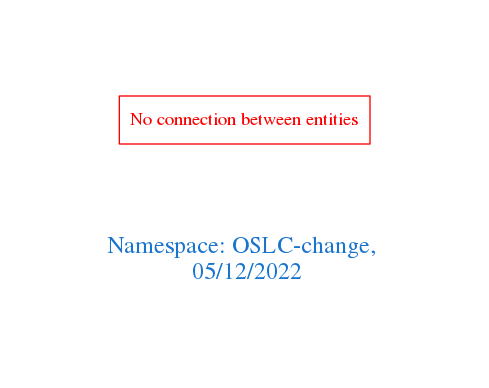
Earlier version of the Graphviz export downloads/OSLC-change.png (arago/OGIT). Its source is kept beside it as downloads/OSLC-change.dot.
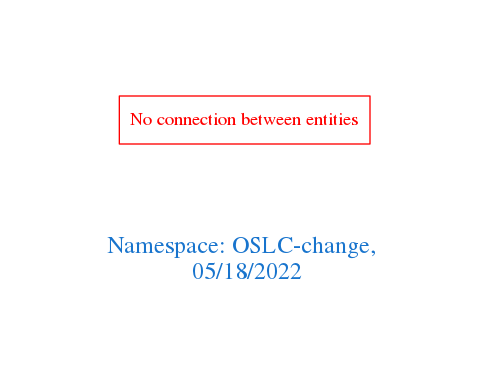
Above is the later version.

Diff of the diagram source:
```diff
@@ -1,7 +1,7 @@
 digraph OGIT_ontology {
  graph [ rankdir= LR,pad=1
 fontsize = 18,
-fontcolor= dodgerblue3,label = "\n\n\nNamespace: OSLC-change, \n 05/12/2022"];
+fontcolor= dodgerblue3,label = "\n\n\nNamespace: OSLC-change, \n 05/18/2022"];
 node[shape=polygon];
 edge [  color="gray81"];
 
```
